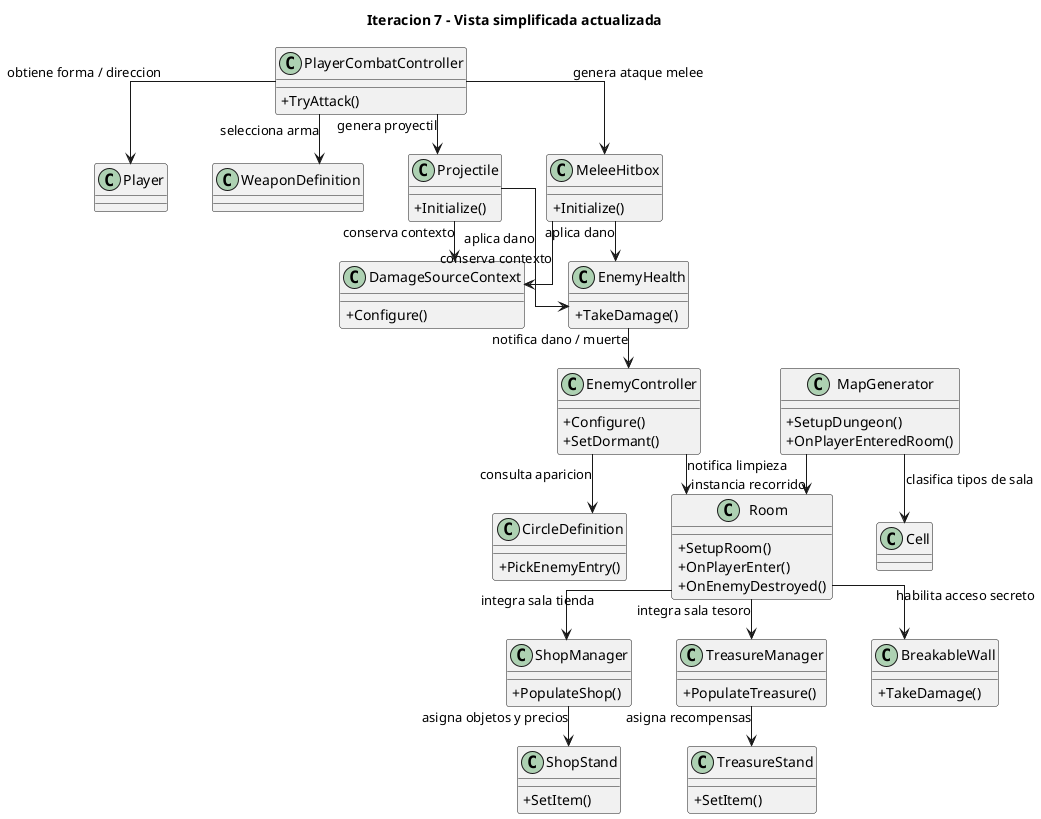
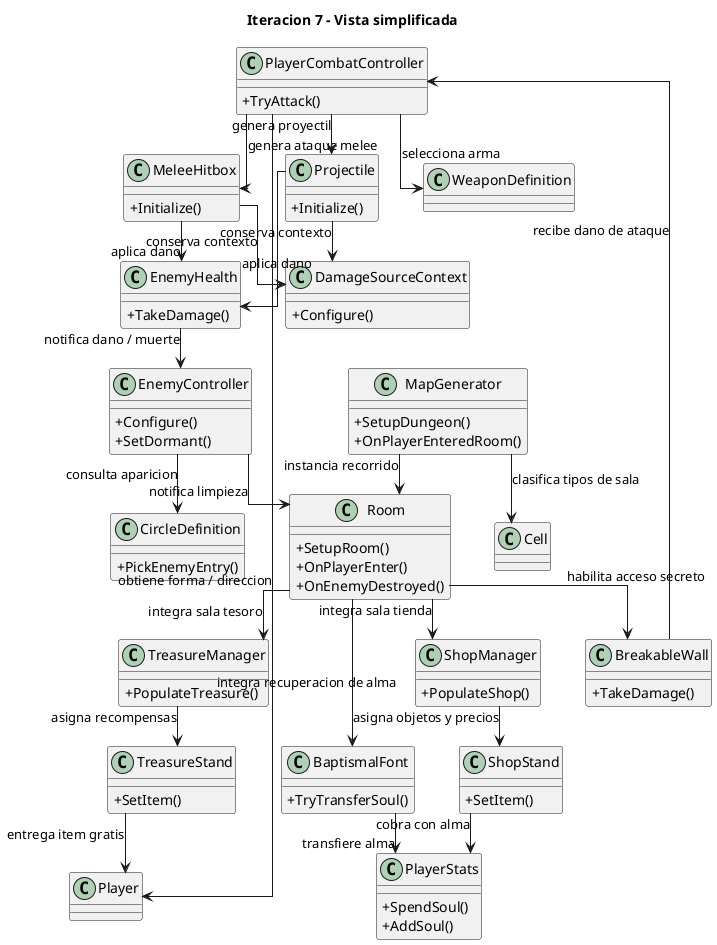
@startuml
skinparam backgroundColor white
skinparam shadowing false
skinparam classAttributeIconSize 0
skinparam packageStyle rectangle
skinparam linetype ortho
skinparam nodesep 45
skinparam ranksep 40

- title Iteracion 7 - Vista simplificada actualizada
+ title Iteracion 7 - Vista simplificada

class Player

class PlayerCombatController {
  +TryAttack()
}

class WeaponDefinition

class Projectile {
  +Initialize()
}

class MeleeHitbox {
  +Initialize()
}

class DamageSourceContext {
  +Configure()
}

class EnemyController {
  +Configure()
  +SetDormant()
}

class EnemyHealth {
  +TakeDamage()
}

class CircleDefinition {
  +PickEnemyEntry()
}

class MapGenerator {
  +SetupDungeon()
  +OnPlayerEnteredRoom()
}

class Cell

class Room {
  +SetupRoom()
  +OnPlayerEnter()
  +OnEnemyDestroyed()
}

class ShopManager {
  +PopulateShop()
}

class ShopStand {
  +SetItem()
}

class TreasureManager {
  +PopulateTreasure()
}

class TreasureStand {
  +SetItem()
}

class BreakableWall {
  +TakeDamage()
}

+ class BaptismalFont {
+   +TryTransferSoul()
+ }
+ 
+ class PlayerStats {
+   +SpendSoul()
+   +AddSoul()
+ }
+ 
PlayerCombatController --> Player : obtiene forma / direccion
PlayerCombatController --> WeaponDefinition : selecciona arma
PlayerCombatController --> MeleeHitbox : genera ataque melee
PlayerCombatController --> Projectile : genera proyectil

MeleeHitbox --> DamageSourceContext : conserva contexto
Projectile --> DamageSourceContext : conserva contexto
MeleeHitbox --> EnemyHealth : aplica dano
Projectile --> EnemyHealth : aplica dano

EnemyHealth --> EnemyController : notifica dano / muerte
EnemyController --> CircleDefinition : consulta aparicion
EnemyController --> Room : notifica limpieza

MapGenerator --> Cell : clasifica tipos de sala
MapGenerator --> Room : instancia recorrido

Room --> ShopManager : integra sala tienda
Room --> TreasureManager : integra sala tesoro
Room --> BreakableWall : habilita acceso secreto
+ Room --> BaptismalFont : integra recuperacion de alma

ShopManager --> ShopStand : asigna objetos y precios
+ ShopStand --> PlayerStats : cobra con alma
TreasureManager --> TreasureStand : asigna recompensas
+ TreasureStand --> Player : entrega item gratis
+ BreakableWall --> PlayerCombatController : recibe dano de ataque
+ BaptismalFont --> PlayerStats : transfiere alma

@enduml
